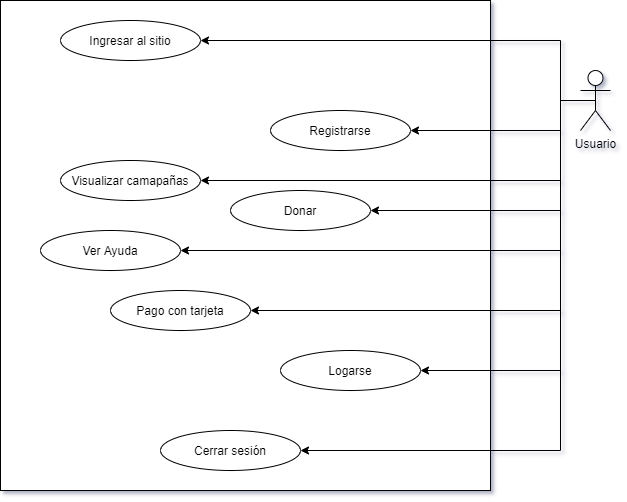
This is html/resources/designs/casos_de_uso_user.png from MiguelRamosLop/App_Sanitae, a draw.io export, as it was before one commit. Source tidied: cells renumbered, new cells last; positions are measured from the earlier drawing's top-left corner, leaving out a move shared by most shapes.
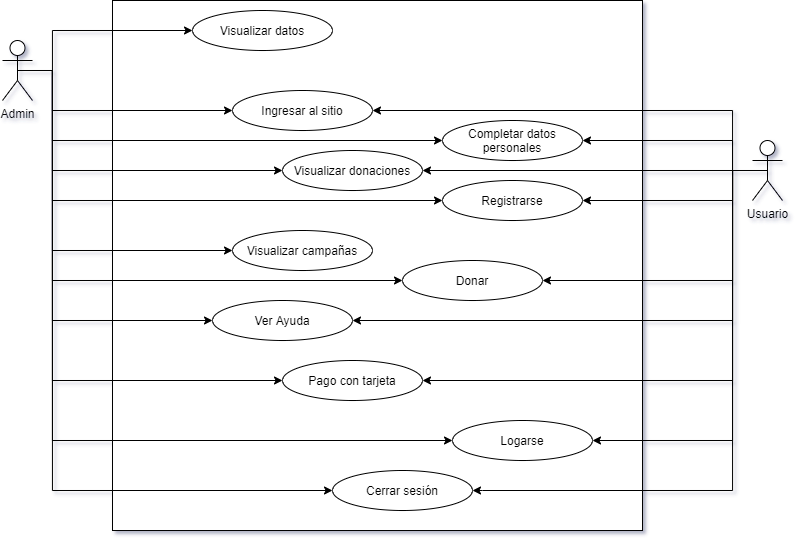
Above is the later version.

The edit, as a diff of the source:
```diff
@@ -3,7 +3,7 @@
     <mxCell id="0" />
     <mxCell id="1" parent="0" />
     <mxCell id="2" style="whiteSpace=wrap;html=1;" parent="1" vertex="1">
-      <mxGeometry width="490" height="490" as="geometry" />
+      <mxGeometry x="-60" y="-70" width="530" height="530" as="geometry" />
     </mxCell>
     <mxCell id="3" style="edgeStyle=orthogonalEdgeStyle;rounded=0;jettySize=auto;html=1;exitX=0.5;exitY=0.5;exitDx=0;exitDy=0;exitPerimeter=0;entryX=1;entryY=0.5;entryDx=0;entryDy=0;" parent="1" edge="1" source="11" target="17">
       <mxGeometry relative="1" as="geometry">
@@ -45,19 +45,12 @@
         </Array>
       </mxGeometry>
     </mxCell>
-    <mxCell id="8" style="edgeStyle=orthogonalEdgeStyle;rounded=0;jettySize=auto;html=1;exitX=0.5;exitY=0.5;exitDx=0;exitDy=0;exitPerimeter=0;entryX=1;entryY=0.5;entryDx=0;entryDy=0;" parent="1" edge="1" source="11" target="16">
-      <mxGeometry relative="1" as="geometry">
-        <Array as="points">
-          <mxPoint x="560" y="100" />
-          <mxPoint x="560" y="180" />
-        </Array>
-      </mxGeometry>
-    </mxCell>
     <mxCell id="9" style="edgeStyle=orthogonalEdgeStyle;rounded=0;jettySize=auto;html=1;exitX=0.5;exitY=0.5;exitDx=0;exitDy=0;exitPerimeter=0;entryX=1;entryY=0.5;entryDx=0;entryDy=0;" parent="1" edge="1" source="11" target="15">
       <mxGeometry relative="1" as="geometry">
         <Array as="points">
           <mxPoint x="560" y="100" />
-          <mxPoint x="560" y="450" />
+          <mxPoint x="560" y="420" />
+          <mxPoint x="310" y="420" />
         </Array>
       </mxGeometry>
     </mxCell>
@@ -69,6 +62,17 @@
         </Array>
       </mxGeometry>
     </mxCell>
+    <mxCell id="20" style="edgeStyle=orthogonalEdgeStyle;rounded=0;jettySize=auto;html=1;exitX=0.5;exitY=0.5;exitDx=0;exitDy=0;exitPerimeter=0;entryX=1;entryY=0.5;entryDx=0;entryDy=0;" parent="1" edge="1" source="11" target="22">
+      <mxGeometry relative="1" as="geometry" />
+    </mxCell>
+    <mxCell id="21" style="edgeStyle=orthogonalEdgeStyle;rounded=0;jettySize=auto;html=1;exitX=0.5;exitY=0.5;exitDx=0;exitDy=0;exitPerimeter=0;entryX=1;entryY=0.5;entryDx=0;entryDy=0;" parent="1" edge="1" source="11" target="23">
+      <mxGeometry relative="1" as="geometry">
+        <Array as="points">
+          <mxPoint x="560" y="100" />
+          <mxPoint x="560" y="70" />
+        </Array>
+      </mxGeometry>
+    </mxCell>
     <mxCell id="11" value="Usuario" style="shape=umlActor;verticalLabelPosition=bottom;verticalAlign=top;html=1;outlineConnect=0;" parent="1" vertex="1">
       <mxGeometry x="580" y="70" width="30" height="60" as="geometry" />
     </mxCell>
@@ -82,9 +86,9 @@
       <mxGeometry x="280" y="350" width="140" height="40" as="geometry" />
     </mxCell>
     <mxCell id="15" value="Cerrar sesión" style="ellipse;whiteSpace=wrap;html=1;" parent="1" vertex="1">
-      <mxGeometry x="160" y="430" width="140" height="40" as="geometry" />
+      <mxGeometry x="160" y="400" width="140" height="40" as="geometry" />
     </mxCell>
-    <mxCell id="16" value="Visualizar camapañas" style="ellipse;whiteSpace=wrap;html=1;" parent="1" vertex="1">
+    <mxCell id="16" value="Visualizar campañas" style="ellipse;whiteSpace=wrap;html=1;" parent="1" vertex="1">
       <mxGeometry x="60" y="160" width="140" height="40" as="geometry" />
     </mxCell>
     <mxCell id="17" value="Donar" style="ellipse;whiteSpace=wrap;html=1;" parent="1" vertex="1">
@@ -96,5 +100,105 @@
     <mxCell id="19" value="Pago con tarjeta" style="ellipse;whiteSpace=wrap;html=1;" parent="1" vertex="1">
       <mxGeometry x="110" y="290" width="140" height="40" as="geometry" />
     </mxCell>
+    <mxCell id="22" value="Visualizar donaciones" style="ellipse;whiteSpace=wrap;html=1;" parent="1" vertex="1">
+      <mxGeometry x="110" y="80" width="140" height="40" as="geometry" />
+    </mxCell>
+    <mxCell id="23" value="Completar datos personales" style="ellipse;whiteSpace=wrap;html=1;" parent="1" vertex="1">
+      <mxGeometry x="270" y="50" width="140" height="40" as="geometry" />
+    </mxCell>
+    <mxCell id="24" style="edgeStyle=orthogonalEdgeStyle;rounded=0;jettySize=auto;html=1;exitX=0.5;exitY=0.5;exitDx=0;exitDy=0;exitPerimeter=0;entryX=0;entryY=0.5;entryDx=0;entryDy=0;" parent="1" edge="1" source="35" target="16">
+      <mxGeometry relative="1" as="geometry">
+        <Array as="points">
+          <mxPoint x="-120" />
+          <mxPoint x="-120" y="180" />
+        </Array>
+      </mxGeometry>
+    </mxCell>
+    <mxCell id="25" style="edgeStyle=orthogonalEdgeStyle;rounded=0;jettySize=auto;html=1;exitX=0.5;exitY=0.5;exitDx=0;exitDy=0;exitPerimeter=0;entryX=0;entryY=0.5;entryDx=0;entryDy=0;" parent="1" edge="1" source="35" target="36">
+      <mxGeometry relative="1" as="geometry">
+        <Array as="points">
+          <mxPoint x="-120" />
+          <mxPoint x="-120" y="-40" />
+        </Array>
+      </mxGeometry>
+    </mxCell>
+    <mxCell id="26" style="edgeStyle=orthogonalEdgeStyle;rounded=0;jettySize=auto;html=1;exitX=0.5;exitY=0.5;exitDx=0;exitDy=0;exitPerimeter=0;entryX=0;entryY=0.5;entryDx=0;entryDy=0;" parent="1" edge="1" source="35" target="22">
+      <mxGeometry relative="1" as="geometry">
+        <Array as="points">
+          <mxPoint x="-120" />
+          <mxPoint x="-120" y="100" />
+        </Array>
+      </mxGeometry>
+    </mxCell>
+    <mxCell id="27" style="edgeStyle=orthogonalEdgeStyle;rounded=0;jettySize=auto;html=1;exitX=0.5;exitY=0.5;exitDx=0;exitDy=0;exitPerimeter=0;entryX=0;entryY=0.5;entryDx=0;entryDy=0;" parent="1" edge="1" source="35" target="12">
+      <mxGeometry relative="1" as="geometry">
+        <Array as="points">
+          <mxPoint x="-120" />
+          <mxPoint x="-120" y="40" />
+        </Array>
+      </mxGeometry>
+    </mxCell>
+    <mxCell id="28" style="edgeStyle=orthogonalEdgeStyle;rounded=0;jettySize=auto;html=1;exitX=0.5;exitY=0.5;exitDx=0;exitDy=0;exitPerimeter=0;entryX=0;entryY=0.5;entryDx=0;entryDy=0;" parent="1" edge="1" source="35" target="23">
+      <mxGeometry relative="1" as="geometry">
+        <Array as="points">
+          <mxPoint x="-120" />
+          <mxPoint x="-120" y="70" />
+        </Array>
+      </mxGeometry>
+    </mxCell>
+    <mxCell id="29" style="edgeStyle=orthogonalEdgeStyle;rounded=0;jettySize=auto;html=1;exitX=0.5;exitY=0.5;exitDx=0;exitDy=0;exitPerimeter=0;entryX=0;entryY=0.5;entryDx=0;entryDy=0;" parent="1" edge="1" source="35" target="13">
+      <mxGeometry relative="1" as="geometry">
+        <Array as="points">
+          <mxPoint x="-120" />
+          <mxPoint x="-120" y="130" />
+        </Array>
+      </mxGeometry>
+    </mxCell>
+    <mxCell id="30" style="edgeStyle=orthogonalEdgeStyle;rounded=0;jettySize=auto;html=1;exitX=0.5;exitY=0.5;exitDx=0;exitDy=0;exitPerimeter=0;entryX=0;entryY=0.5;entryDx=0;entryDy=0;" parent="1" edge="1" source="35" target="17">
+      <mxGeometry relative="1" as="geometry">
+        <Array as="points">
+          <mxPoint x="-120" />
+          <mxPoint x="-120" y="210" />
+        </Array>
+      </mxGeometry>
+    </mxCell>
+    <mxCell id="31" style="edgeStyle=orthogonalEdgeStyle;rounded=0;jettySize=auto;html=1;exitX=0.5;exitY=0.5;exitDx=0;exitDy=0;exitPerimeter=0;entryX=0;entryY=0.5;entryDx=0;entryDy=0;" parent="1" edge="1" source="35" target="18">
+      <mxGeometry relative="1" as="geometry">
+        <Array as="points">
+          <mxPoint x="-120" />
+          <mxPoint x="-120" y="250" />
+        </Array>
+      </mxGeometry>
+    </mxCell>
+    <mxCell id="32" style="edgeStyle=orthogonalEdgeStyle;rounded=0;jettySize=auto;html=1;exitX=0.5;exitY=0.5;exitDx=0;exitDy=0;exitPerimeter=0;entryX=0;entryY=0.5;entryDx=0;entryDy=0;" parent="1" edge="1" source="35" target="19">
+      <mxGeometry relative="1" as="geometry">
+        <Array as="points">
+          <mxPoint x="-120" />
+          <mxPoint x="-120" y="310" />
+        </Array>
+      </mxGeometry>
+    </mxCell>
+    <mxCell id="33" style="edgeStyle=orthogonalEdgeStyle;rounded=0;jettySize=auto;html=1;exitX=0.5;exitY=0.5;exitDx=0;exitDy=0;exitPerimeter=0;entryX=0;entryY=0.5;entryDx=0;entryDy=0;" parent="1" edge="1" source="35" target="14">
+      <mxGeometry relative="1" as="geometry">
+        <Array as="points">
+          <mxPoint x="-120" />
+          <mxPoint x="-120" y="370" />
+        </Array>
+      </mxGeometry>
+    </mxCell>
+    <mxCell id="34" style="edgeStyle=orthogonalEdgeStyle;rounded=0;jettySize=auto;html=1;exitX=0.5;exitY=0.5;exitDx=0;exitDy=0;exitPerimeter=0;entryX=0;entryY=0.5;entryDx=0;entryDy=0;" parent="1" edge="1" source="35" target="15">
+      <mxGeometry relative="1" as="geometry">
+        <Array as="points">
+          <mxPoint x="-120" />
+          <mxPoint x="-120" y="420" />
+        </Array>
+      </mxGeometry>
+    </mxCell>
+    <mxCell id="35" value="Admin" style="shape=umlActor;verticalLabelPosition=bottom;verticalAlign=top;html=1;outlineConnect=0;" parent="1" vertex="1">
+      <mxGeometry x="-170" y="-30" width="30" height="60" as="geometry" />
+    </mxCell>
+    <mxCell id="36" value="Visualizar datos" style="ellipse;whiteSpace=wrap;html=1;" parent="1" vertex="1">
+      <mxGeometry x="20" y="-60" width="140" height="40" as="geometry" />
+    </mxCell>
   </root>
 </mxGraphModel>
```
